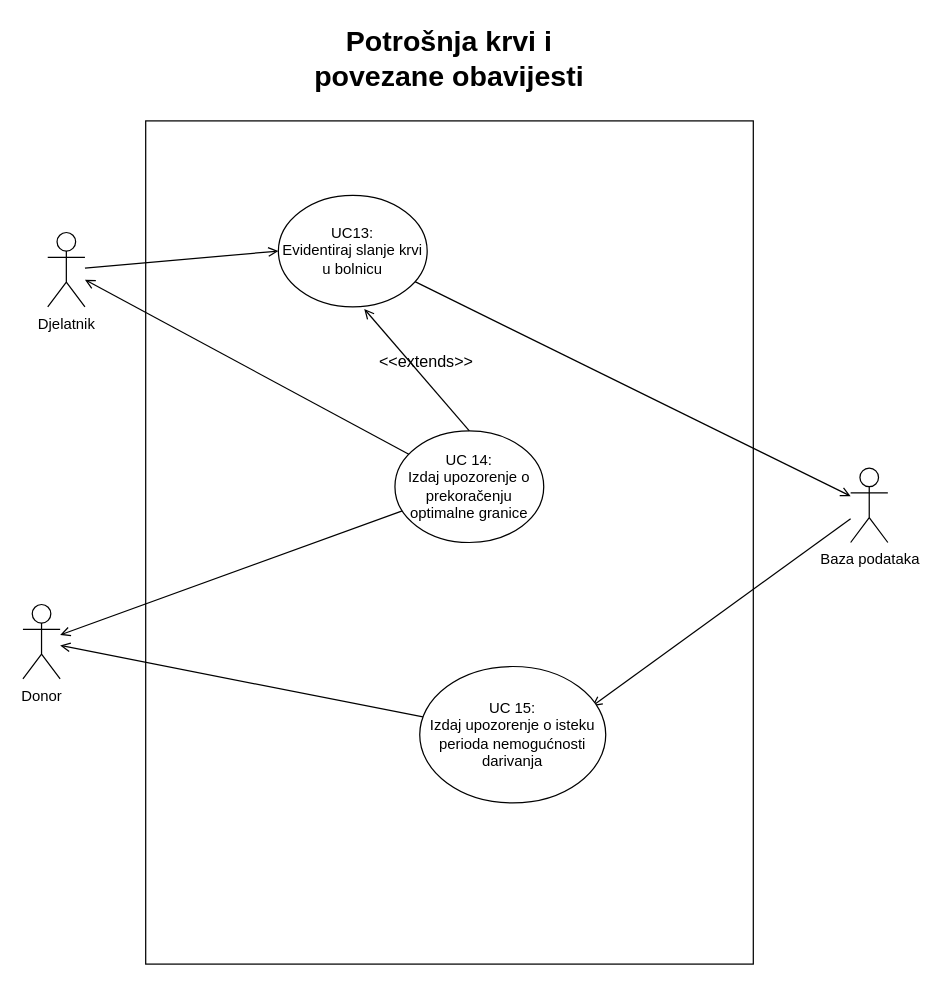
Earlier version of the draw.io diagram page "6 - potrošnja krvi i obavijesti" (6 of 6) of Dokumentacija/Use cases/Use Cases.drawio (ToniIvankovic/TrueBlood). Source tidied: cells renumbered, new cells numbered last; positions are measured from the earlier drawing's top-left corner, leaving out a move shared by most shapes. Both pictures are drawn from the tidied source at 124%, with x=0, y=0 at pixel (22, 21).
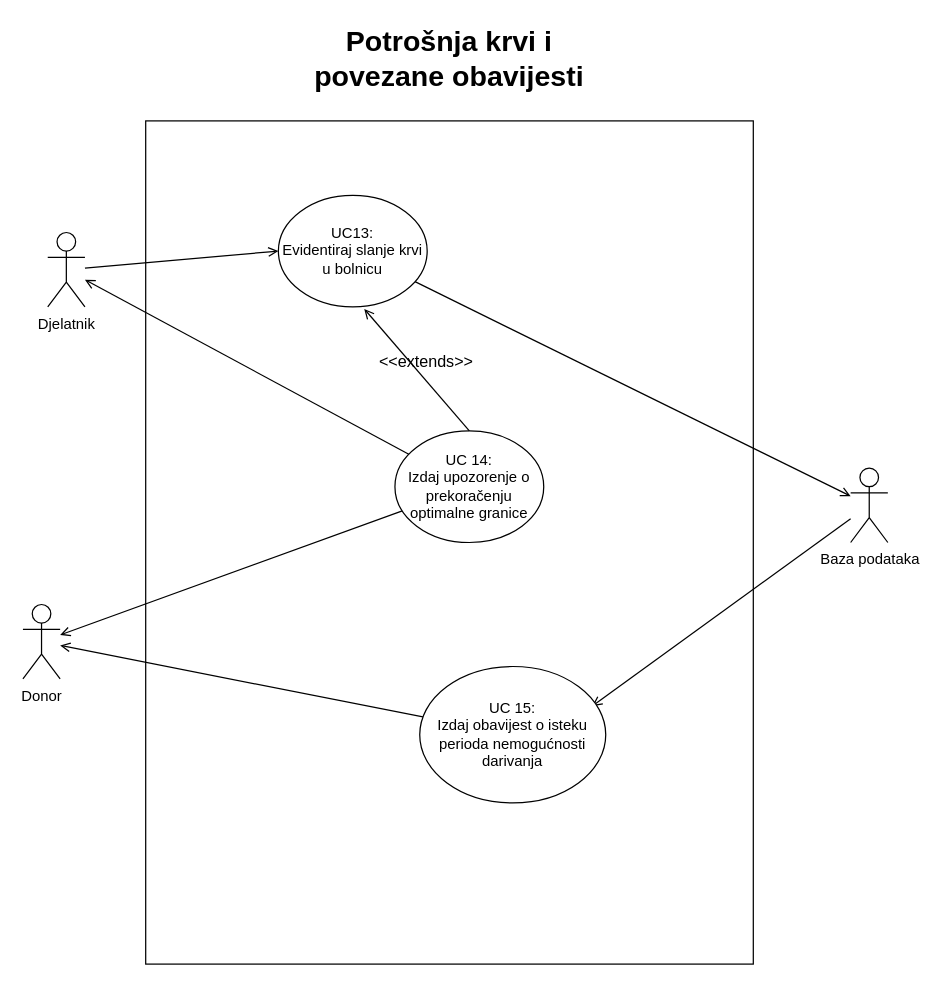
After the change.

Change to the diagram source:
```diff
@@
 <mxGraphModel>
   <root>
     <mxCell id="0" />
     <mxCell id="1" parent="0" />
     <mxCell id="2" style="rounded=0;whiteSpace=wrap;html=1;" parent="1" vertex="1">
       <mxGeometry x="99" y="80" width="490" height="680" as="geometry" />
     </mxCell>
     <mxCell id="3" style="edgeStyle=none;rounded=0;jumpStyle=none;jettySize=auto;html=1;entryX=0.927;entryY=0.291;entryDx=0;entryDy=0;entryPerimeter=0;labelBackgroundColor=none;endArrow=open;endFill=0;fontSize=23;" parent="1" edge="1" source="4" target="15">
       <mxGeometry relative="1" as="geometry" />
     </mxCell>
     <mxCell id="4" value="Baza podataka" style="shape=umlActor;verticalLabelPosition=bottom;verticalAlign=top;html=1;outlineConnect=0;" parent="1" vertex="1">
       <mxGeometry x="667.5" y="360" width="30" height="60" as="geometry" />
     </mxCell>
     <mxCell id="5" value="Donor" style="shape=umlActor;verticalLabelPosition=bottom;verticalAlign=top;html=1;outlineConnect=0;" parent="1" vertex="1">
       <mxGeometry y="470" width="30" height="60" as="geometry" />
     </mxCell>
     <mxCell id="6" value="Potrošnja krvi i povezane obavijesti" style="text;html=1;strokeColor=none;fillColor=none;align=center;verticalAlign=middle;whiteSpace=wrap;rounded=0;fontSize=23;fontStyle=1;" parent="1" vertex="1">
       <mxGeometry x="208" width="272" height="60" as="geometry" />
     </mxCell>
     <mxCell id="7" style="edgeStyle=none;rounded=0;jumpStyle=none;jettySize=auto;html=1;entryX=0;entryY=0.5;entryDx=0;entryDy=0;labelBackgroundColor=none;endArrow=open;endFill=0;fontSize=23;" parent="1" edge="1" source="8" target="10">
       <mxGeometry relative="1" as="geometry" />
     </mxCell>
     <mxCell id="8" value="Djelatnik" style="shape=umlActor;verticalLabelPosition=bottom;verticalAlign=top;html=1;outlineConnect=0;" parent="1" vertex="1">
       <mxGeometry x="20" y="170" width="30" height="60" as="geometry" />
     </mxCell>
     <mxCell id="9" style="edgeStyle=none;rounded=0;jumpStyle=none;jettySize=auto;html=1;labelBackgroundColor=none;endArrow=open;endFill=0;fontSize=23;" parent="1" edge="1" source="10" target="4">
       <mxGeometry relative="1" as="geometry" />
     </mxCell>
     <mxCell id="10" value="UC13:&lt;br&gt;Evidentiraj slanje krvi u bolnicu" style="ellipse;whiteSpace=wrap;html=1;" parent="1" vertex="1">
       <mxGeometry x="206" y="140" width="120" height="90" as="geometry" />
     </mxCell>
     <mxCell id="11" style="edgeStyle=none;rounded=0;jumpStyle=none;jettySize=auto;html=1;labelBackgroundColor=none;endArrow=open;endFill=0;fontSize=23;" parent="1" edge="1" source="13" target="8">
       <mxGeometry relative="1" as="geometry" />
     </mxCell>
     <mxCell id="12" style="edgeStyle=none;rounded=0;jumpStyle=none;jettySize=auto;html=1;labelBackgroundColor=none;endArrow=open;endFill=0;fontSize=23;" parent="1" edge="1" source="13" target="5">
       <mxGeometry relative="1" as="geometry" />
     </mxCell>
     <mxCell id="13" value="UC 14:&lt;br&gt;Izdaj upozorenje o prekoračenju optimalne granice" style="ellipse;whiteSpace=wrap;html=1;" parent="1" vertex="1">
       <mxGeometry x="300" y="330" width="120" height="90" as="geometry" />
     </mxCell>
     <mxCell id="14" style="edgeStyle=none;rounded=0;jumpStyle=none;jettySize=auto;html=1;labelBackgroundColor=none;endArrow=open;endFill=0;fontSize=23;" parent="1" edge="1" source="15" target="5">
       <mxGeometry relative="1" as="geometry" />
     </mxCell>
-    <mxCell id="15" value="UC 15:&lt;br&gt;Izdaj upozorenje o isteku perioda nemogućnosti darivanja" style="ellipse;whiteSpace=wrap;html=1;" parent="1" vertex="1">
+    <mxCell id="15" value="UC 15:&lt;br&gt;Izdaj obavijest o isteku perioda nemogućnosti darivanja" style="ellipse;whiteSpace=wrap;html=1;" parent="1" vertex="1">
       <mxGeometry x="320" y="520" width="150" height="110" as="geometry" />
     </mxCell>
     <mxCell id="16" value="&lt;font style=&quot;font-size: 13px&quot;&gt;&amp;lt;&amp;lt;extends&amp;gt;&amp;gt;&lt;/font&gt;" style="edgeStyle=none;rounded=0;jettySize=auto;html=1;entryX=0.577;entryY=1.018;entryDx=0;entryDy=0;endArrow=open;endFill=0;fontSize=23;jumpStyle=none;labelBackgroundColor=none;entryPerimeter=0;exitX=0.5;exitY=0;exitDx=0;exitDy=0;" parent="1" edge="1" source="13" target="10">
       <mxGeometry x="0.03" y="-12" relative="1" as="geometry" />
     </mxCell>
   </root>
 </mxGraphModel>
```
